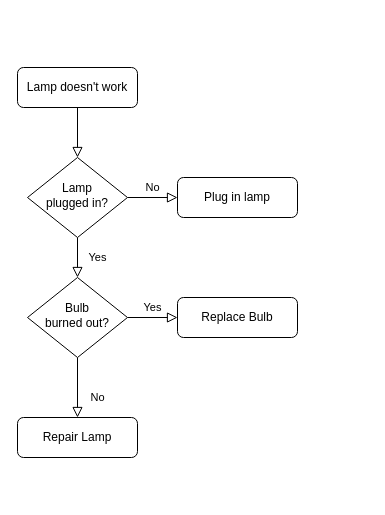
Before: tutorial/Untitled Diagram.drawio in joe-cervantes/CIS-162, a draw.io diagram. Source tidied: cells renumbered, new cells numbered last; positions are measured from the earlier drawing's top-left corner, leaving out a move shared by most shapes. Both pictures are drawn from the tidied source at 100%, with x=0, y=0 at pixel (17, 67).
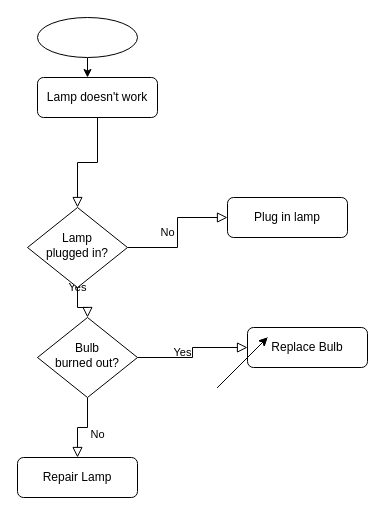
The same diagram, later.

Change to the diagram source:
```diff
@@
     <mxCell id="3" value="Lamp doesn't work" style="rounded=1;whiteSpace=wrap;html=1;fontSize=12;glass=0;strokeWidth=1;shadow=0;" parent="1" vertex="1">
-      <mxGeometry width="120" height="40" as="geometry" />
+      <mxGeometry x="20" y="10" width="120" height="40" as="geometry" />
     </mxCell>
@@
     <mxCell id="6" value="Lamp&lt;br&gt;plugged in?" style="rhombus;whiteSpace=wrap;html=1;shadow=0;fontFamily=Helvetica;fontSize=12;align=center;strokeWidth=1;spacing=6;spacingTop=-4;" parent="1" vertex="1">
-      <mxGeometry x="10" y="90" width="100" height="80" as="geometry" />
+      <mxGeometry x="10" y="140" width="100" height="80" as="geometry" />
     </mxCell>
     <mxCell id="7" value="Plug in lamp" style="rounded=1;whiteSpace=wrap;html=1;fontSize=12;glass=0;strokeWidth=1;shadow=0;" parent="1" vertex="1">
-      <mxGeometry x="160" y="110" width="120" height="40" as="geometry" />
+      <mxGeometry x="210" y="130" width="120" height="40" as="geometry" />
     </mxCell>
@@
     <mxCell id="10" value="Bulb&lt;br&gt;burned out?" style="rhombus;whiteSpace=wrap;html=1;shadow=0;fontFamily=Helvetica;fontSize=12;align=center;strokeWidth=1;spacing=6;spacingTop=-4;" parent="1" vertex="1">
-      <mxGeometry x="10" y="210" width="100" height="80" as="geometry" />
+      <mxGeometry x="20" y="250" width="100" height="80" as="geometry" />
     </mxCell>
     <mxCell id="11" value="Repair Lamp" style="rounded=1;whiteSpace=wrap;html=1;fontSize=12;glass=0;strokeWidth=1;shadow=0;" parent="1" vertex="1">
-      <mxGeometry y="350" width="120" height="40" as="geometry" />
+      <mxGeometry y="390" width="120" height="40" as="geometry" />
     </mxCell>
     <mxCell id="12" value="Replace Bulb" style="rounded=1;whiteSpace=wrap;html=1;fontSize=12;glass=0;strokeWidth=1;shadow=0;" parent="1" vertex="1">
-      <mxGeometry x="160" y="230" width="120" height="40" as="geometry" />
+      <mxGeometry x="230" y="260" width="120" height="40" as="geometry" />
     </mxCell>
+    <mxCell id="13" style="edgeStyle=orthogonalEdgeStyle;rounded=0;jettySize=auto;html=1;" parent="1" edge="1" target="3">
+      <mxGeometry relative="1" as="geometry">
+        <mxPoint x="70" y="-10" as="sourcePoint" />
+        <Array as="points">
+          <mxPoint x="70" y="10" />
+          <mxPoint x="70" y="10" />
+        </Array>
+      </mxGeometry>
+    </mxCell>
+    <mxCell id="14" style="endArrow=classic;html=1;rounded=0;" parent="1" edge="1">
+      <mxGeometry relative="1" as="geometry">
+        <mxPoint x="200" y="320" as="sourcePoint" />
+        <mxPoint x="250" y="270" as="targetPoint" />
+      </mxGeometry>
+    </mxCell>
+    <mxCell id="15" style="endArrow=none;html=1;rounded=0;" parent="1" edge="1">
+      <mxGeometry relative="1" as="geometry">
+        <mxPoint x="200" y="320" as="sourcePoint" />
+        <mxPoint x="250" y="270" as="targetPoint" />
+      </mxGeometry>
+    </mxCell>
+    <mxCell id="16" style="endArrow=classic;html=1;rounded=0;" parent="1" edge="1">
+      <mxGeometry relative="1" as="geometry">
+        <mxPoint x="200" y="320" as="sourcePoint" />
+        <mxPoint x="250" y="270" as="targetPoint" />
+      </mxGeometry>
+    </mxCell>
+    <mxCell id="17" style="ellipse;whiteSpace=wrap;html=1;" parent="1" vertex="1">
+      <mxGeometry x="20" y="-50" width="100" height="40" as="geometry" />
+    </mxCell>
```
